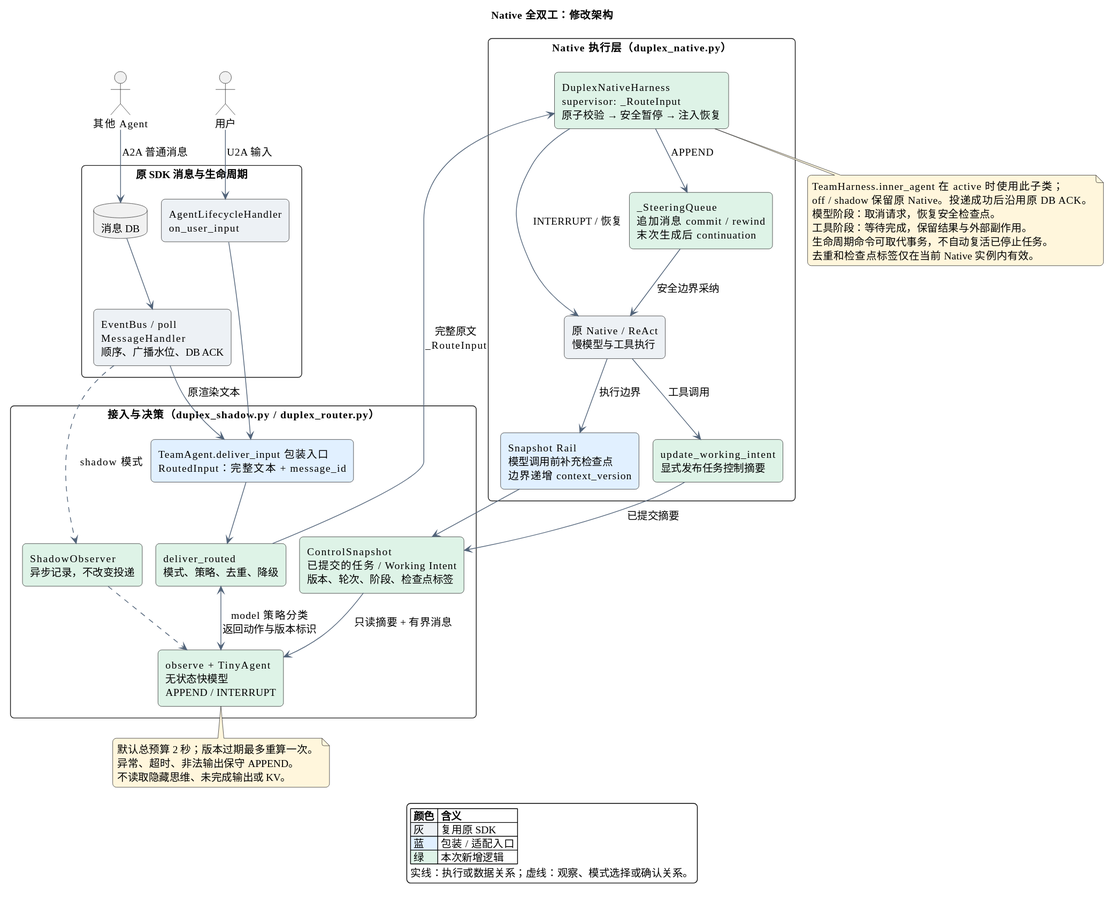
zuiho-kai/jiuwenswarm keeps this PlantUML diagram as docs/diagrams/duplex-architecture.svg. Above is the earlier version. The source it was exported from:
```plantuml
@startuml
!pragma layout smetana
title Native 全双工：修改架构
top to bottom direction
hide stereotype
skinparam defaultFontName Microsoft YaHei
skinparam defaultFontSize 14
skinparam shadowing false
skinparam roundCorner 10
skinparam componentStyle rectangle
skinparam ArrowColor #52647A
skinparam packageStyle rectangle
skinparam backgroundColor #FFFFFF
skinparam componentBackgroundColor<<existing>> #EDF1F5
skinparam componentBackgroundColor<<adapter>> #E1F0FF
skinparam componentBackgroundColor<<new>> #DEF3E7
skinparam noteBackgroundColor #FFF6DC

actor "其他 Agent" as sender
actor "用户" as user

package "原 SDK 消息与生命周期" {
  database "消息 DB" as db
  component "EventBus / poll\nMessageHandler\n顺序、广播水位、DB ACK" as message <<existing>>
  component "AgentLifecycleHandler\non_user_input" as lifecycle <<existing>>
}

package "接入与决策（duplex_shadow.py / duplex_router.py）" {
  component "TeamAgent.deliver_input 包装入口\nRoutedInput：完整文本 + message_id" as input <<adapter>>
  component "deliver_routed\n模式、策略、去重、降级" as route <<new>>
  component "ControlSnapshot\n已提交的任务 / Working Intent\n版本、轮次、阶段、检查点标签" as snapshot <<new>>
  component "observe + TinyAgent\n无状态快模型\nAPPEND / INTERRUPT" as fast <<new>>
  component "ShadowObserver\n异步记录，不改变投递" as shadow <<new>>
}

package "Native 执行层（duplex_native.py）" {
  component "DuplexNativeHarness\nsupervisor: _RouteInput\n原子校验 → 安全暂停 → 注入恢复" as supervisor <<new>>
  component "_SteeringQueue\n追加消息 commit / rewind\n末次生成后 continuation" as steering <<new>>
  component "Snapshot Rail\n模型调用前补充检查点\n边界递增 context_version" as rail <<adapter>>
  component "原 Native / ReAct\n慢模型与工具执行" as native <<existing>>
  component "update_working_intent\n显式发布任务控制摘要" as intent <<new>>
}

sender --> db : A2A 普通消息
db --> message
message --> input : 原渲染文本
user --> lifecycle : U2A 输入
lifecycle --> input
input --> route
route <--> fast : model 策略分类\n返回动作与版本标识
snapshot --> fast : 只读摘要 + 有界消息
route -up-> supervisor : 完整原文\n_RouteInput
supervisor --> steering : APPEND
supervisor --> native : INTERRUPT / 恢复
steering --> native : 安全边界采纳
native --> rail : 执行边界
rail -[norank]-> snapshot
native --> intent : 工具调用
intent -[norank]-> snapshot : 已提交摘要
message ..> shadow : shadow 模式
shadow ..> fast

note bottom of fast
默认总预算 2 秒；版本过期最多重算一次。
异常、超时、非法输出保守 APPEND。
不读取隐藏思维、未完成输出或 KV。
end note
note bottom of supervisor
TeamHarness.inner_agent 在 active 时使用此子类；
off / shadow 保留原 Native。投递成功后沿用原 DB ACK。
模型阶段：取消请求，恢复安全检查点。
工具阶段：等待完成，保留结果与外部副作用。
生命周期命令可取代事务，不自动复活已停止任务。
去重和检查点标签仅在当前 Native 实例内有效。
end note

legend bottom
  |= 颜色 |= 含义 |
  | <#EDF1F5> 灰 | 复用原 SDK |
  | <#E1F0FF> 蓝 | 包装 / 适配入口 |
  | <#DEF3E7> 绿 | 本次新增逻辑 |
  实线：执行或数据关系；虚线：观察、模式选择或确认关系。
endlegend
@enduml
```
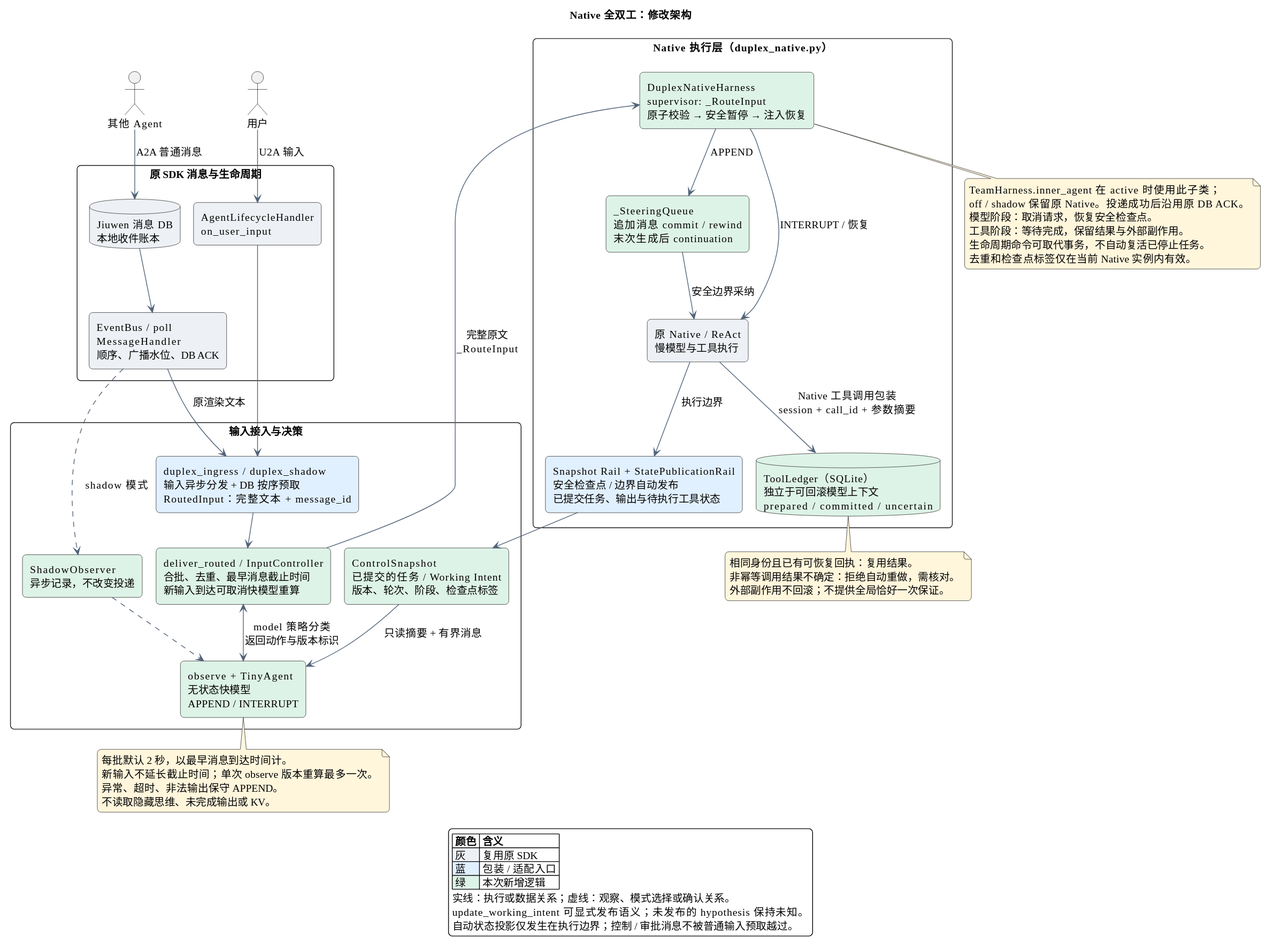
The same file after the commit.

Diff of the diagram source:
```diff
@@ -20,14 +20,14 @@
 actor "用户" as user
 
 package "原 SDK 消息与生命周期" {
-  database "消息 DB" as db
+  database "Jiuwen 消息 DB\n本地收件账本" as db #EDF1F5
   component "EventBus / poll\nMessageHandler\n顺序、广播水位、DB ACK" as message <<existing>>
   component "AgentLifecycleHandler\non_user_input" as lifecycle <<existing>>
 }
 
-package "接入与决策（duplex_shadow.py / duplex_router.py）" {
-  component "TeamAgent.deliver_input 包装入口\nRoutedInput：完整文本 + message_id" as input <<adapter>>
-  component "deliver_routed\n模式、策略、去重、降级" as route <<new>>
+package "输入接入与决策" {
+  component "duplex_ingress / duplex_shadow\n输入异步分发 + DB 按序预取\nRoutedInput：完整文本 + message_id" as input <<adapter>>
+  component "deliver_routed / InputController\n合批、去重、最早消息截止时间\n新输入到达可取消快模型重算" as route <<new>>
   component "ControlSnapshot\n已提交的任务 / Working Intent\n版本、轮次、阶段、检查点标签" as snapshot <<new>>
   component "observe + TinyAgent\n无状态快模型\nAPPEND / INTERRUPT" as fast <<new>>
   component "ShadowObserver\n异步记录，不改变投递" as shadow <<new>>
@@ -36,9 +36,9 @@
 package "Native 执行层（duplex_native.py）" {
   component "DuplexNativeHarness\nsupervisor: _RouteInput\n原子校验 → 安全暂停 → 注入恢复" as supervisor <<new>>
   component "_SteeringQueue\n追加消息 commit / rewind\n末次生成后 continuation" as steering <<new>>
-  component "Snapshot Rail\n模型调用前补充检查点\n边界递增 context_version" as rail <<adapter>>
+  component "Snapshot Rail + StatePublicationRail\n安全检查点 / 边界自动发布\n已提交任务、输出与待执行工具状态" as rail <<adapter>>
   component "原 Native / ReAct\n慢模型与工具执行" as native <<existing>>
-  component "update_working_intent\n显式发布任务控制摘要" as intent <<new>>
+  database "ToolLedger（SQLite）\n独立于可回滚模型上下文\nprepared / committed / uncertain" as ledger #DEF3E7
 }
 
 sender --> db : A2A 普通消息
@@ -55,13 +55,13 @@
 steering --> native : 安全边界采纳
 native --> rail : 执行边界
 rail -[norank]-> snapshot
-native --> intent : 工具调用
-intent -[norank]-> snapshot : 已提交摘要
+native --> ledger : Native 工具调用包装\nsession + call_id + 参数摘要
 message ..> shadow : shadow 模式
 shadow ..> fast
 
 note bottom of fast
-默认总预算 2 秒；版本过期最多重算一次。
+每批默认 2 秒，以最早消息到达时间计。
+新输入不延长截止时间；单次 observe 版本重算最多一次。
 异常、超时、非法输出保守 APPEND。
 不读取隐藏思维、未完成输出或 KV。
 end note
@@ -73,6 +73,11 @@
 生命周期命令可取代事务，不自动复活已停止任务。
 去重和检查点标签仅在当前 Native 实例内有效。
 end note
+note bottom of ledger
+相同身份且已有可恢复回执：复用结果。
+非幂等调用结果不确定：拒绝自动重做，需核对。
+外部副作用不回滚；不提供全局恰好一次保证。
+end note
 
 legend bottom
   |= 颜色 |= 含义 |
@@ -80,5 +85,7 @@
   | <#E1F0FF> 蓝 | 包装 / 适配入口 |
   | <#DEF3E7> 绿 | 本次新增逻辑 |
   实线：执行或数据关系；虚线：观察、模式选择或确认关系。
+  update_working_intent 可显式发布语义；未发布的 hypothesis 保持未知。
+  自动状态投影仅发生在执行边界；控制 / 审批消息不被普通输入预取越过。
 endlegend
 @enduml
```
